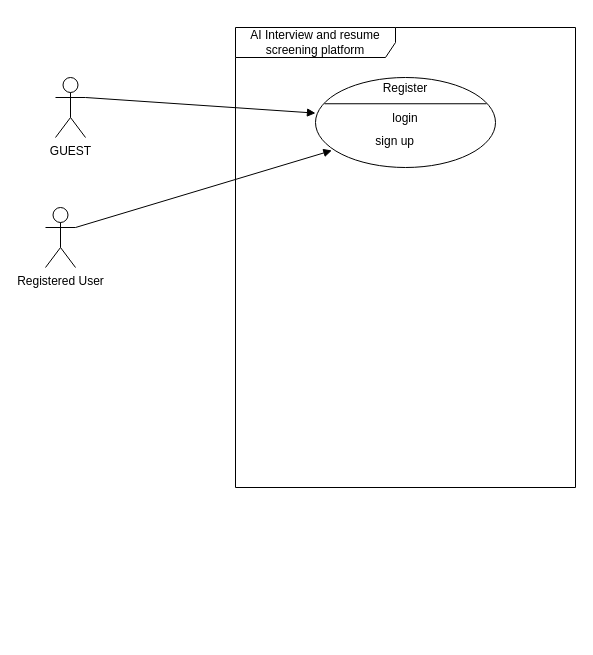
Above: USE_CASE_DIAGRAM.drawio in animesh-kh/InterviewCoach (draw.io), before the change. Source tidied: cells renumbered, new cells numbered last; positions are measured from the earlier drawing's top-left corner, leaving out a move shared by most shapes. Both pictures are drawn from the tidied source at 100%, with x=0, y=0 at pixel (45, 27).
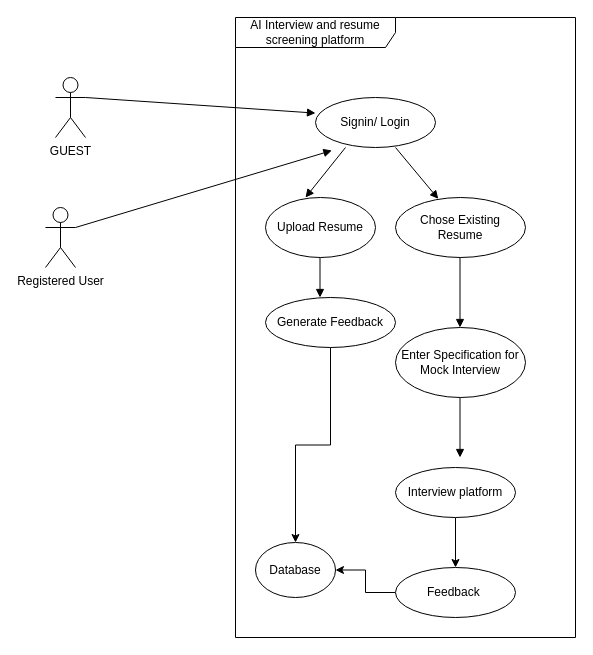
Above is the later version.

Commit message (it also covers changes not shown here):
Updated Use case diagram

The change refers to these unchanged cells:
```xml
<mxCell id="2" value="GUEST" style="shape=umlActor;verticalLabelPosition=bottom;verticalAlign=top;html=1;" parent="1" vertex="1">
  <mxGeometry x="10" y="50" width="30" height="60" as="geometry" />
</mxCell>
<mxCell id="10" value="Registered User" style="shape=umlActor;verticalLabelPosition=bottom;verticalAlign=top;html=1;" parent="1" vertex="1">
  <mxGeometry y="180" width="30" height="60" as="geometry" />
</mxCell>
```

Change to the diagram source:
```diff
@@
     <mxCell id="3" value="AI Interview and resume screening platform" style="shape=umlFrame;whiteSpace=wrap;html=1;width=160;" parent="1" vertex="1">
-      <mxGeometry x="190" width="340" height="460" as="geometry" />
+      <mxGeometry x="190" y="-10" width="340" height="620" as="geometry" />
     </mxCell>
-    <mxCell id="4" style="shape=ellipse;horizontal=1;html=1;dashed=0;" parent="3" vertex="1">
-      <mxGeometry x="80" y="50" width="180" height="90" as="geometry" />
-    </mxCell>
-    <mxCell id="5" value="Register" style="html=1;strokeColor=none;fillColor=none;align=center;verticalAlign=middle;whiteSpace=wrap;" parent="4" vertex="1">
-      <mxGeometry width="180" height="22.5" as="geometry" />
-    </mxCell>
-    <mxCell id="6" style="line;strokeWidth=1;fillColor=none;labelPosition=right;dashed=0;" parent="4" vertex="1">
-      <mxGeometry x="9" y="22.5" width="162" height="7.5" as="geometry" />
-    </mxCell>
-    <mxCell id="7" value="login" style="text;html=1;align=center;verticalAlign=middle;fillColor=none;strokeColor=none;whiteSpace=wrap;" parent="4" vertex="1">
-      <mxGeometry y="30" width="180" height="22.5" as="geometry" />
-    </mxCell>
-    <mxCell id="8" value="&amp;nbsp; &amp;nbsp; &amp;nbsp; &amp;nbsp; &amp;nbsp; sign up" style="text;html=1;align=left;verticalAlign=middle;spacingLeft=25;fillColor=none;strokeColor=none;whiteSpace=wrap;" parent="4" vertex="1">
-      <mxGeometry y="52.5" width="180" height="22.5" as="geometry" />
-    </mxCell>
+    <mxCell id="12" style="html=1;verticalAlign=bottom;labelBackgroundColor=none;endArrow=block;endFill=1;rounded=0;" parent="3" edge="1">
+      <mxGeometry relative="1" as="geometry">
+        <mxPoint x="110" y="130" as="sourcePoint" />
+        <mxPoint x="70" y="180" as="targetPoint" />
+      </mxGeometry>
+    </mxCell>
+    <mxCell id="13" value="Signin/ Login" style="ellipse;html=1;whiteSpace=wrap;" parent="3" vertex="1">
+      <mxGeometry x="80" y="80" width="120" height="50" as="geometry" />
+    </mxCell>
+    <mxCell id="14" value="Upload Resume" style="ellipse;html=1;whiteSpace=wrap;" parent="3" vertex="1">
+      <mxGeometry x="30" y="180" width="110" height="60" as="geometry" />
+    </mxCell>
+    <mxCell id="15" value="Chose Existing Resume" style="ellipse;html=1;whiteSpace=wrap;" parent="3" vertex="1">
+      <mxGeometry x="160" y="180" width="130" height="60" as="geometry" />
+    </mxCell>
+    <mxCell id="16" style="html=1;verticalAlign=bottom;labelBackgroundColor=none;endArrow=block;endFill=1;rounded=0;entryX=0.329;entryY=0.023;entryDx=0;entryDy=0;entryPerimeter=0;" parent="3" edge="1" target="15">
+      <mxGeometry relative="1" as="geometry">
+        <mxPoint x="160" y="130" as="sourcePoint" />
+      </mxGeometry>
+    </mxCell>
+    <mxCell id="17" style="edgeStyle=orthogonalEdgeStyle;rounded=0;jettySize=auto;html=1;" parent="3" edge="1" source="18" target="27">
+      <mxGeometry relative="1" as="geometry" />
+    </mxCell>
+    <mxCell id="18" value="Generate Feedback" style="ellipse;html=1;whiteSpace=wrap;" parent="3" vertex="1">
+      <mxGeometry x="30" y="280" width="130" height="50" as="geometry" />
+    </mxCell>
+    <mxCell id="19" style="html=1;verticalAlign=bottom;labelBackgroundColor=none;endArrow=block;endFill=1;rounded=0;" parent="3" edge="1">
+      <mxGeometry relative="1" as="geometry">
+        <mxPoint x="84.5" y="240" as="sourcePoint" />
+        <mxPoint x="84.5" y="280" as="targetPoint" />
+      </mxGeometry>
+    </mxCell>
+    <mxCell id="20" style="html=1;verticalAlign=bottom;labelBackgroundColor=none;endArrow=block;endFill=1;rounded=0;" parent="3" edge="1">
+      <mxGeometry relative="1" as="geometry">
+        <mxPoint x="224.5" y="240" as="sourcePoint" />
+        <mxPoint x="224.5" y="310" as="targetPoint" />
+      </mxGeometry>
+    </mxCell>
+    <mxCell id="21" value="Enter Specification for Mock Interview" style="ellipse;html=1;whiteSpace=wrap;" parent="3" vertex="1">
+      <mxGeometry x="160" y="310" width="130" height="70" as="geometry" />
+    </mxCell>
+    <mxCell id="22" style="html=1;verticalAlign=bottom;labelBackgroundColor=none;endArrow=block;endFill=1;rounded=0;" parent="3" edge="1">
+      <mxGeometry relative="1" as="geometry">
+        <mxPoint x="224.5" y="380" as="sourcePoint" />
+        <mxPoint x="224.5" y="440" as="targetPoint" />
+      </mxGeometry>
+    </mxCell>
+    <mxCell id="23" style="edgeStyle=orthogonalEdgeStyle;rounded=0;jettySize=auto;html=1;" parent="3" edge="1" source="24" target="26">
+      <mxGeometry relative="1" as="geometry" />
+    </mxCell>
+    <mxCell id="24" value="Interview platform" style="ellipse;html=1;whiteSpace=wrap;" parent="3" vertex="1">
+      <mxGeometry x="160" y="450" width="120" height="50" as="geometry" />
+    </mxCell>
+    <mxCell id="25" style="edgeStyle=orthogonalEdgeStyle;rounded=0;jettySize=auto;html=1;entryX=1;entryY=0.5;entryDx=0;entryDy=0;" parent="3" edge="1" source="26" target="27">
+      <mxGeometry relative="1" as="geometry" />
+    </mxCell>
+    <mxCell id="26" value="Feedback&amp;nbsp;" style="ellipse;html=1;whiteSpace=wrap;" parent="3" vertex="1">
+      <mxGeometry x="160" y="550" width="120" height="50" as="geometry" />
+    </mxCell>
+    <mxCell id="27" value="Database" style="ellipse;html=1;whiteSpace=wrap;" parent="3" vertex="1">
+      <mxGeometry x="20" y="525" width="80" height="55" as="geometry" />
+    </mxCell>
-    <mxCell id="9" style="html=1;verticalAlign=bottom;labelBackgroundColor=none;endArrow=block;endFill=1;rounded=0;exitX=1;exitY=0.3333333333333333;exitDx=0;exitDy=0;exitPerimeter=0;entryX=0;entryY=0.25;entryDx=0;entryDy=0;" parent="1" edge="1" source="2" target="7">
-      <mxGeometry relative="1" as="geometry" />
+    <mxCell id="9" style="html=1;verticalAlign=bottom;labelBackgroundColor=none;endArrow=block;endFill=1;rounded=0;exitX=1;exitY=0.3333333333333333;exitDx=0;exitDy=0;exitPerimeter=0;entryX=0;entryY=0.25;entryDx=0;entryDy=0;" parent="1" edge="1" source="2">
+      <mxGeometry relative="1" as="geometry">
+        <mxPoint x="270" y="85.6" as="targetPoint" />
+      </mxGeometry>
     </mxCell>
@@
-    <mxCell id="11" style="html=1;verticalAlign=bottom;labelBackgroundColor=none;endArrow=block;endFill=1;rounded=0;entryX=0.091;entryY=0.911;entryDx=0;entryDy=0;entryPerimeter=0;exitX=1;exitY=0.3333333333333333;exitDx=0;exitDy=0;exitPerimeter=0;" parent="1" edge="1" source="10" target="8">
-      <mxGeometry relative="1" as="geometry" />
+    <mxCell id="11" style="html=1;verticalAlign=bottom;labelBackgroundColor=none;endArrow=block;endFill=1;rounded=0;entryX=0.091;entryY=0.911;entryDx=0;entryDy=0;entryPerimeter=0;exitX=1;exitY=0.3333333333333333;exitDx=0;exitDy=0;exitPerimeter=0;" parent="1" edge="1" source="10">
+      <mxGeometry relative="1" as="geometry">
+        <mxPoint x="286.4" y="123" as="targetPoint" />
+      </mxGeometry>
     </mxCell>
```
